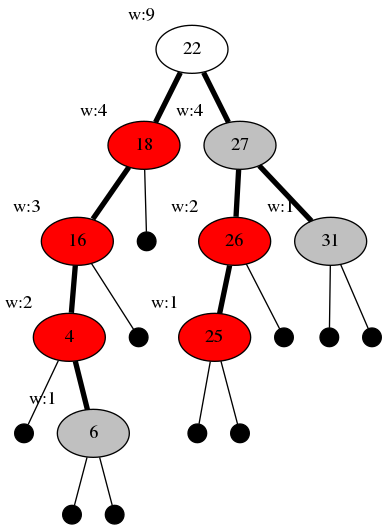
The Graphviz diagram rb.png in matutter/c-rb-tree-example, before a commit. Its source is kept beside it as rb.dot.
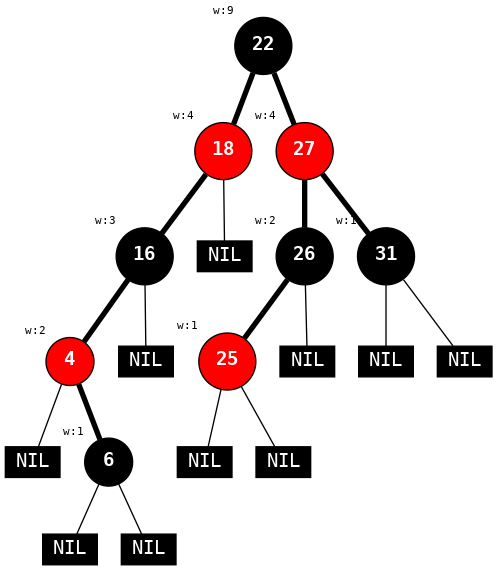
After the change.

The edit, as a diff of the source:
```diff
@@ -2,41 +2,45 @@
   edge [
     arrowhead="none"
   ];
-  "4" [label="22",xlabel="w:9",style=filled,fillcolor=white];
-  "3" [label="18",xlabel="w:4",style=filled,fillcolor=red];
+  node [
+    fontname="DejaVuSansMono"
+    fontcolor=white
+  ]
+  "4" [label=<<b>22</b>>,xlabel=<<font color="black" point-size="8">w:9</font>>,style=filled,shape=circle,fillcolor=black];
+  "3" [label=<<b>18</b>>,xlabel=<<font color="black" point-size="8">w:4</font>>,style=filled,shape=circle,fillcolor=red];
   "4" -> "3" [penwidth=4];
-  "1" [label="16",xlabel="w:3",style=filled,fillcolor=red];
+  "1" [label=<<b>16</b>>,xlabel=<<font color="black" point-size="8">w:3</font>>,style=filled,shape=circle,fillcolor=black];
   "3" -> "1" [penwidth=4];
-  "2" [label="4",xlabel="w:2",style=filled,fillcolor=red];
+  "2" [label=<<b>4</b>>,xlabel=<<font color="black" point-size="8">w:2</font>>,style=filled,shape=circle,fillcolor=red];
   "1" -> "2" [penwidth=4];
-   "10" [label="",shape=circle,style=filled,width=0.2,height=0.2,fillcolor=black,fontcolor=white];
+   "10" [label="NIL",shape=rectangle,style=filled,width=0.2,height=0.2,fillcolor=black];
    "2" -> "10";
-  "7" [label="6",xlabel="w:1",style=filled,fillcolor=grey];
+  "7" [label=<<b>6</b>>,xlabel=<<font color="black" point-size="8">w:1</font>>,style=filled,shape=circle,fillcolor=black];
   "2" -> "7" [penwidth=4];
-   "11" [label="",shape=circle,style=filled,width=0.2,height=0.2,fillcolor=black,fontcolor=white];
+   "11" [label="NIL",shape=rectangle,style=filled,width=0.2,height=0.2,fillcolor=black];
    "7" -> "11";
-   "12" [label="",shape=circle,style=filled,width=0.2,height=0.2,fillcolor=black,fontcolor=white];
+   "12" [label="NIL",shape=rectangle,style=filled,width=0.2,height=0.2,fillcolor=black];
    "7" -> "12";
-   "13" [label="",shape=circle,style=filled,width=0.2,height=0.2,fillcolor=black,fontcolor=white];
+   "13" [label="NIL",shape=rectangle,style=filled,width=0.2,height=0.2,fillcolor=black];
    "1" -> "13";
-   "14" [label="",shape=circle,style=filled,width=0.2,height=0.2,fillcolor=black,fontcolor=white];
+   "14" [label="NIL",shape=rectangle,style=filled,width=0.2,height=0.2,fillcolor=black];
    "3" -> "14";
-  "5" [label="27",xlabel="w:4",style=filled,fillcolor=grey];
+  "5" [label=<<b>27</b>>,xlabel=<<font color="black" point-size="8">w:4</font>>,style=filled,shape=circle,fillcolor=red];
   "4" -> "5" [penwidth=4];
-  "8" [label="26",xlabel="w:2",style=filled,fillcolor=red];
+  "8" [label=<<b>26</b>>,xlabel=<<font color="black" point-size="8">w:2</font>>,style=filled,shape=circle,fillcolor=black];
   "5" -> "8" [penwidth=4];
-  "9" [label="25",xlabel="w:1",style=filled,fillcolor=red];
+  "9" [label=<<b>25</b>>,xlabel=<<font color="black" point-size="8">w:1</font>>,style=filled,shape=circle,fillcolor=red];
   "8" -> "9" [penwidth=4];
-   "15" [label="",shape=circle,style=filled,width=0.2,height=0.2,fillcolor=black,fontcolor=white];
+   "15" [label="NIL",shape=rectangle,style=filled,width=0.2,height=0.2,fillcolor=black];
    "9" -> "15";
-   "16" [label="",shape=circle,style=filled,width=0.2,height=0.2,fillcolor=black,fontcolor=white];
+   "16" [label="NIL",shape=rectangle,style=filled,width=0.2,height=0.2,fillcolor=black];
    "9" -> "16";
-   "17" [label="",shape=circle,style=filled,width=0.2,height=0.2,fillcolor=black,fontcolor=white];
+   "17" [label="NIL",shape=rectangle,style=filled,width=0.2,height=0.2,fillcolor=black];
    "8" -> "17";
-  "6" [label="31",xlabel="w:1",style=filled,fillcolor=grey];
+  "6" [label=<<b>31</b>>,xlabel=<<font color="black" point-size="8">w:1</font>>,style=filled,shape=circle,fillcolor=black];
   "5" -> "6" [penwidth=4];
-   "18" [label="",shape=circle,style=filled,width=0.2,height=0.2,fillcolor=black,fontcolor=white];
+   "18" [label="NIL",shape=rectangle,style=filled,width=0.2,height=0.2,fillcolor=black];
    "6" -> "18";
-   "19" [label="",shape=circle,style=filled,width=0.2,height=0.2,fillcolor=black,fontcolor=white];
+   "19" [label="NIL",shape=rectangle,style=filled,width=0.2,height=0.2,fillcolor=black];
    "6" -> "19";
 }
```
